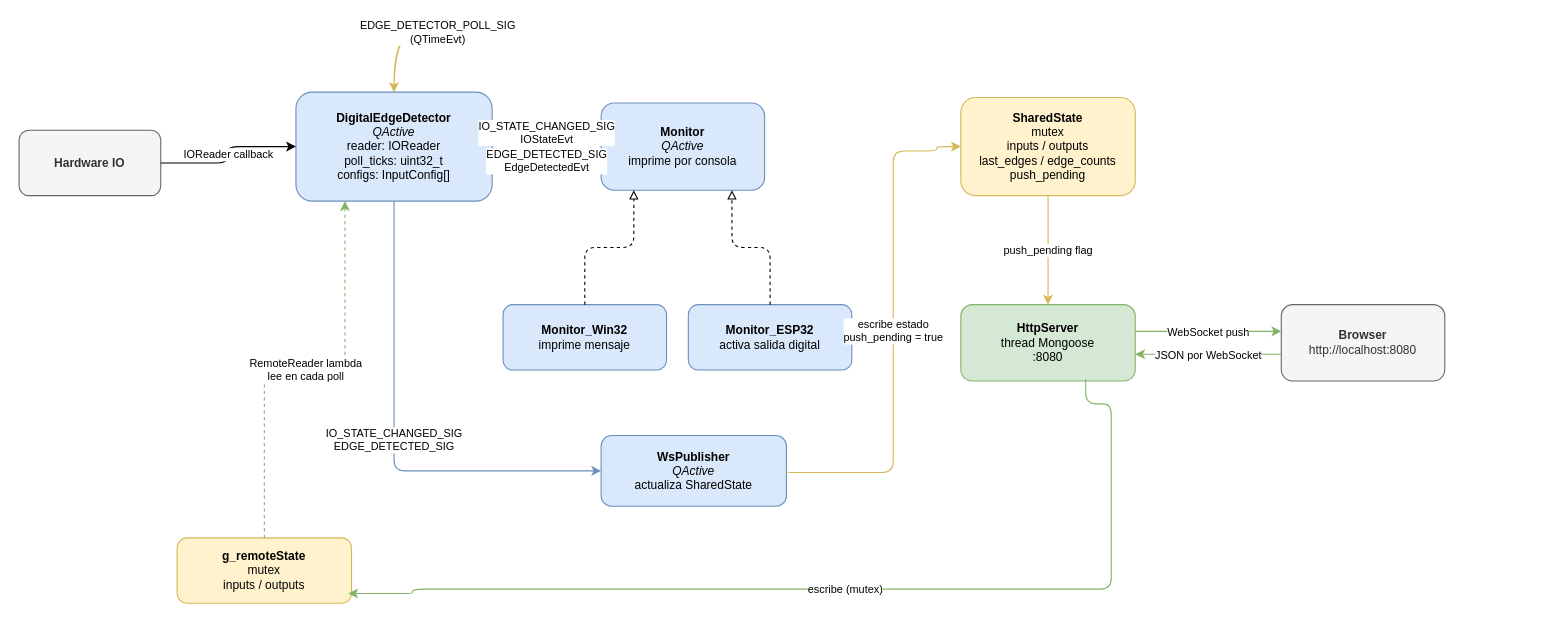
This is docs/sistema.drawio from peperono/digital_inputs_detector, a draw.io file, before an edit. Source tidied: cells renumbered, new cells numbered last; positions are measured from the earlier drawing's top-left corner, leaving out a move shared by most shapes. Both pictures are drawn from the tidied source at 109%, with x=0, y=0 at pixel (19, 32).
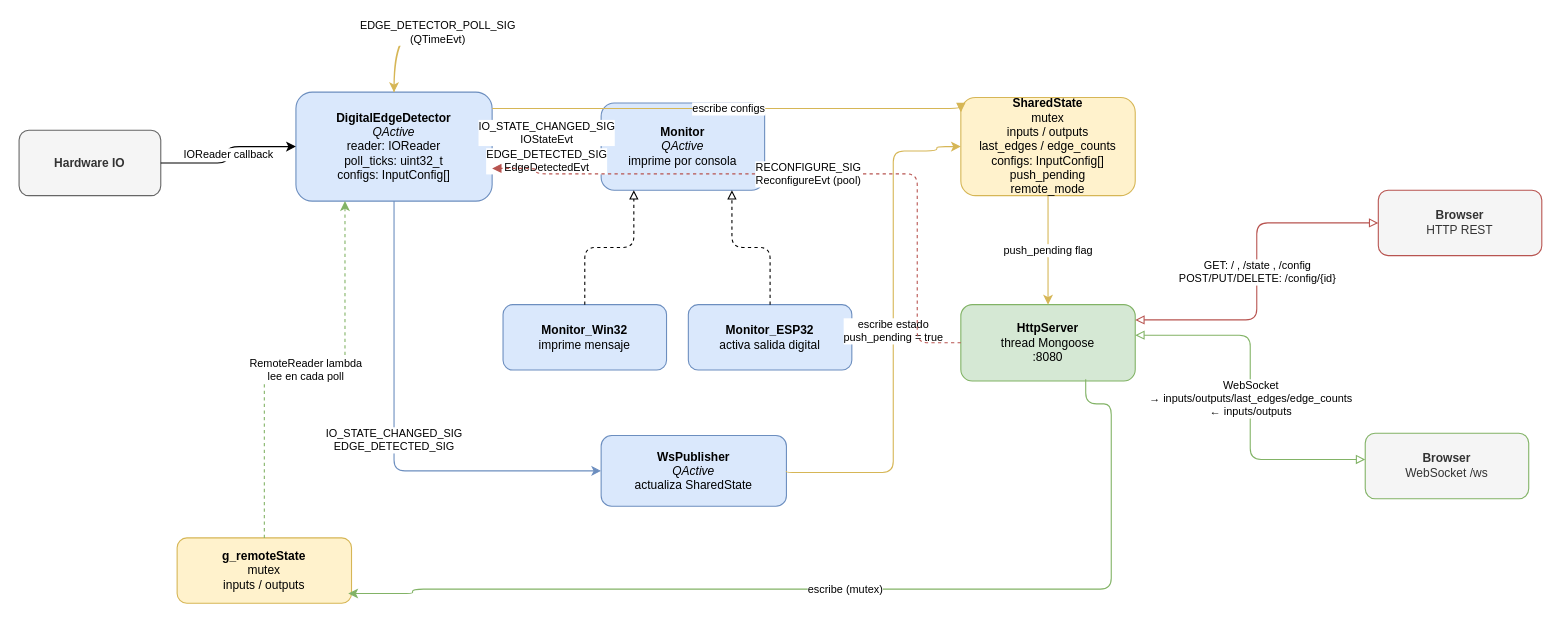
The same page after the edit.

Commit message (it also covers changes not shown here):
Add RECONFIGURE_SIG flow: POST/PUT/DELETE /config endpoints, remove GET /edges

The change refers to these unchanged cells:
```xml
<mxCell id="3" value="&lt;b&gt;DigitalEdgeDetector&lt;/b&gt;&lt;div&gt;&lt;i&gt;QActive&lt;/i&gt;&lt;/div&gt;&lt;div&gt;reader: IOReader&lt;/div&gt;&lt;div&gt;poll_ticks: uint32_t&lt;/div&gt;&lt;div&gt;configs: InputConfig[]&lt;/div&gt;" style="rounded=1;whiteSpace=wrap;html=1;fillColor=#dae8fc;strokeColor=#6c8ebf;fontSize=11;" parent="1" vertex="1">
  <mxGeometry x="254" y="55" width="180" height="100" as="geometry" />
</mxCell>
<mxCell id="17" value="&lt;b&gt;HttpServer&lt;/b&gt;&lt;div&gt;thread Mongoose&lt;/div&gt;&lt;div&gt;:8080&lt;/div&gt;" style="rounded=1;whiteSpace=wrap;html=1;fillColor=#d5e8d4;strokeColor=#82b366;fontSize=11;" parent="1" vertex="1">
  <mxGeometry x="864" y="250" width="160" height="70" as="geometry" />
</mxCell>
```

What changed in the source:
```diff
@@
-    <mxCell id="15" value="&lt;b&gt;SharedState&lt;/b&gt;&lt;div&gt;mutex&lt;/div&gt;&lt;div&gt;inputs / outputs&lt;/div&gt;&lt;div&gt;last_edges / edge_counts&lt;/div&gt;&lt;div&gt;push_pending&lt;/div&gt;" style="rounded=1;whiteSpace=wrap;html=1;fillColor=#fff2cc;strokeColor=#d6b656;fontSize=11;" parent="1" vertex="1">
+    <mxCell id="15" value="&lt;b&gt;SharedState&lt;/b&gt;&lt;div&gt;mutex&lt;/div&gt;&lt;div&gt;inputs / outputs&lt;/div&gt;&lt;div&gt;last_edges / edge_counts&lt;/div&gt;&lt;div&gt;configs: InputConfig[]&lt;/div&gt;&lt;div&gt;push_pending&lt;/div&gt;&lt;div&gt;remote_mode&lt;/div&gt;" style="rounded=1;whiteSpace=wrap;html=1;fillColor=#fff2cc;strokeColor=#d6b656;fontSize=11;" parent="1" vertex="1">
       <mxGeometry x="864" y="60" width="160" height="90" as="geometry" />
     </mxCell>
@@
-    <mxCell id="18" value="&lt;b&gt;Browser&lt;/b&gt;&lt;div&gt;http://localhost:8080&lt;/div&gt;" style="rounded=1;whiteSpace=wrap;html=1;fillColor=#f5f5f5;strokeColor=#666666;fontColor=#333333;fontSize=11;" parent="1" vertex="1">
-      <mxGeometry x="1158" y="250" width="150" height="70" as="geometry" />
-    </mxCell>
+    <mxCell id="25" value="&lt;b&gt;Browser&lt;/b&gt;&lt;div&gt;WebSocket /ws&lt;/div&gt;" style="rounded=1;whiteSpace=wrap;html=1;fillColor=#f5f5f5;strokeColor=#82b366;fontColor=#333333;fontSize=11;" parent="1" vertex="1">
+      <mxGeometry x="1235" y="368" width="150" height="60" as="geometry" />
+    </mxCell>
+    <mxCell id="26" value="&lt;b&gt;Browser&lt;/b&gt;&lt;div&gt;HTTP REST&lt;/div&gt;" style="rounded=1;whiteSpace=wrap;html=1;fillColor=#f5f5f5;strokeColor=#b85450;fontColor=#333333;fontSize=11;" parent="1" vertex="1">
+      <mxGeometry x="1247" y="145" width="150" height="60" as="geometry" />
+    </mxCell>
@@
-    <mxCell id="20" value="WebSocket push" style="edgeStyle=orthogonalEdgeStyle;html=1;fontSize=10;exitX=1;exitY=0.35;exitDx=0;exitDy=0;entryX=0;entryY=0.35;entryDx=0;entryDy=0;strokeColor=#82b366;" parent="1" edge="1" source="17" target="18">
+    <mxCell id="20" value="WebSocket&lt;div&gt;→ inputs/outputs/last_edges/edge_counts&lt;/div&gt;&lt;div&gt;← inputs/outputs&lt;/div&gt;" style="edgeStyle=orthogonalEdgeStyle;html=1;fontSize=10;exitX=1;exitY=0.4;exitDx=0;exitDy=0;entryX=0;entryY=0.4;entryDx=0;entryDy=0;strokeColor=#82b366;startArrow=block;startFill=0;endArrow=block;endFill=0;" parent="1" edge="1" source="17" target="25">
       <mxGeometry relative="1" as="geometry" />
     </mxCell>
-    <mxCell id="21" value="JSON por WebSocket" style="edgeStyle=orthogonalEdgeStyle;html=1;fontSize=10;exitX=0;exitY=0.65;exitDx=0;exitDy=0;entryX=1;entryY=0.65;entryDx=0;entryDy=0;strokeColor=#82b366;" parent="1" edge="1" source="18" target="17">
-      <mxGeometry relative="1" as="geometry" />
-    </mxCell>
+    <mxCell id="27" value="GET: / , /state , /config&lt;div&gt;POST/PUT/DELETE: /config/{id}&lt;/div&gt;" style="edgeStyle=orthogonalEdgeStyle;html=1;fontSize=10;exitX=0;exitY=0.5;exitDx=0;exitDy=0;entryX=1;entryY=0.2;entryDx=0;entryDy=0;strokeColor=#b85450;startArrow=block;startFill=0;endArrow=block;endFill=0;" parent="1" edge="1" source="26" target="17">
+      <mxGeometry relative="1" as="geometry" />
+    </mxCell>
+    <mxCell id="28" value="RECONFIGURE_SIG&lt;div&gt;ReconfigureEvt (pool)&lt;/div&gt;" style="edgeStyle=orthogonalEdgeStyle;html=1;fontSize=10;dashed=1;exitX=0;exitY=0.5;exitDx=0;exitDy=0;entryX=1;entryY=0.7;entryDx=0;entryDy=0;strokeColor=#b85450;endArrow=block;endFill=1;" parent="1" edge="1" source="17" target="3">
+      <mxGeometry relative="1" as="geometry">
+        <Array as="points">
+          <mxPoint x="824" y="285" />
+          <mxPoint x="824" y="130" />
+          <mxPoint x="474" y="130" />
+        </Array>
+      </mxGeometry>
+    </mxCell>
+    <mxCell id="29" value="escribe configs" style="edgeStyle=orthogonalEdgeStyle;html=1;fontSize=10;exitX=1;exitY=0.15;exitDx=0;exitDy=0;entryX=0;entryY=0.15;entryDx=0;entryDy=0;strokeColor=#d6b656;endArrow=block;endFill=1;" parent="1" edge="1" source="3" target="15">
+      <mxGeometry relative="1" as="geometry">
+        <Array as="points">
+          <mxPoint x="484" y="70" />
+          <mxPoint x="824" y="70" />
+        </Array>
+      </mxGeometry>
+    </mxCell>
```
